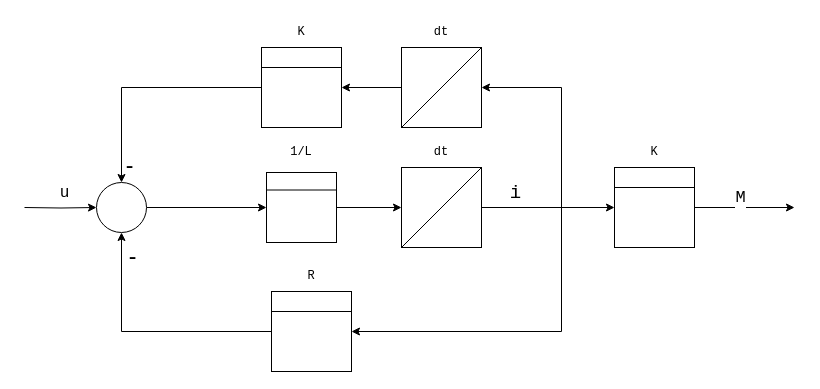
Before: lab3/Signalflussbild.drawio in RishabhBoop/RegelungstechnikLabor, a draw.io diagram. Source tidied: cells renumbered, new cells numbered last; positions are measured from the earlier drawing's top-left corner, leaving out a move shared by most shapes. Both pictures are drawn from the tidied source at 100%, with x=0, y=0 at pixel (24, 17).
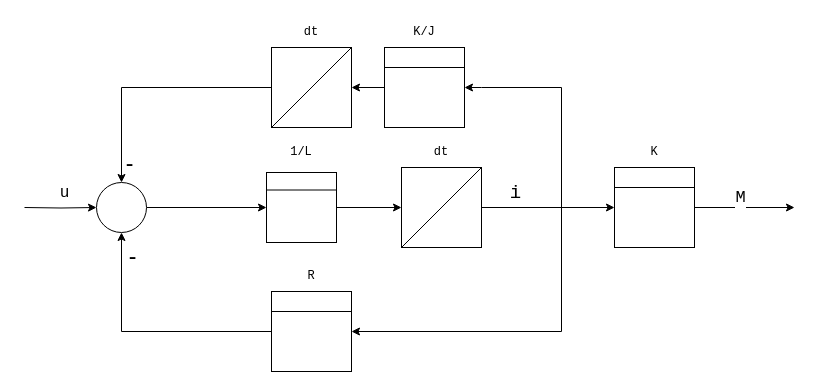
The same diagram, later.

Commit message (it also covers changes not shown here):
fixed tiny error in signalflussbild

The change refers to these unchanged cells:
```xml
<mxCell id="3" style="whiteSpace=wrap;html=1;" parent="2" vertex="1">
  <mxGeometry y="30" width="80" height="80" as="geometry" />
</mxCell>
<mxCell id="7" style="ellipse;whiteSpace=wrap;html=1;" parent="1" vertex="1">
  <mxGeometry x="72" y="165" width="50" height="50" as="geometry" />
</mxCell>
<mxCell id="15" style="whiteSpace=wrap;html=1;" parent="14" vertex="1">
  <mxGeometry y="30" width="80" height="80" as="geometry" />
</mxCell>
```

What changed in the source:
```diff
@@
     <mxCell id="2" style="group;" parent="1" vertex="1">
-      <mxGeometry x="237" width="80" height="110" as="geometry" />
+      <mxGeometry x="360" width="80" height="110" as="geometry" />
     </mxCell>
@@
-    <mxCell id="5" value="K" style="text;html=1;whiteSpace=wrap;strokeColor=none;fillColor=none;align=center;verticalAlign=middle;rounded=0;fontFamily=Courier New;" parent="2" vertex="1">
+    <mxCell id="5" value="K/J" style="text;html=1;whiteSpace=wrap;strokeColor=none;fillColor=none;align=center;verticalAlign=middle;rounded=0;fontFamily=Courier New;" parent="2" vertex="1">
       <mxGeometry x="10" width="60" height="30" as="geometry" />
     </mxCell>
@@
-    <mxCell id="8" style="edgeStyle=orthogonalEdgeStyle;rounded=0;jettySize=auto;html=1;exitX=0;exitY=0.5;exitDx=0;exitDy=0;entryX=0.5;entryY=0;entryDx=0;entryDy=0;" parent="1" edge="1" source="3" target="7">
+    <mxCell id="8" style="edgeStyle=orthogonalEdgeStyle;rounded=0;jettySize=auto;html=1;exitX=0;exitY=0.5;exitDx=0;exitDy=0;entryX=0.5;entryY=0;entryDx=0;entryDy=0;" parent="1" edge="1" source="23" target="7">
       <mxGeometry relative="1" as="geometry" />
     </mxCell>
@@
-    <mxCell id="22" style="edgeStyle=orthogonalEdgeStyle;rounded=0;jettySize=auto;html=1;entryX=1;entryY=0.5;entryDx=0;entryDy=0;" parent="1" edge="1" source="23" target="3">
-      <mxGeometry relative="1" as="geometry" />
-    </mxCell>
     <mxCell id="23" style="whiteSpace=wrap;html=1;" parent="1" vertex="1">
-      <mxGeometry x="377" y="30" width="80" height="80" as="geometry" />
+      <mxGeometry x="247" y="30" width="80" height="80" as="geometry" />
     </mxCell>
@@
     <mxCell id="25" value="dt" style="text;html=1;whiteSpace=wrap;strokeColor=none;fillColor=none;align=center;verticalAlign=middle;rounded=0;fontFamily=Courier New;" parent="1" vertex="1">
-      <mxGeometry x="387" width="60" height="30" as="geometry" />
+      <mxGeometry x="257" width="60" height="30" as="geometry" />
     </mxCell>
-    <mxCell id="26" style="edgeStyle=orthogonalEdgeStyle;rounded=0;jettySize=auto;html=1;exitX=1;exitY=0.5;exitDx=0;exitDy=0;entryX=1;entryY=0.5;entryDx=0;entryDy=0;" parent="1" edge="1" source="15" target="23">
+    <mxCell id="26" style="edgeStyle=orthogonalEdgeStyle;rounded=0;jettySize=auto;html=1;exitX=1;exitY=0.5;exitDx=0;exitDy=0;entryX=1;entryY=0.5;entryDx=0;entryDy=0;" parent="1" edge="1" source="15" target="3">
       <mxGeometry relative="1" as="geometry">
         <Array as="points">
           <mxPoint x="537" y="190" />
           <mxPoint x="537" y="70" />
+          <mxPoint x="457" y="70" />
         </Array>
       </mxGeometry>
     </mxCell>
@@
+    <mxCell id="41" style="edgeStyle=orthogonalEdgeStyle;rounded=0;jettySize=auto;html=1;exitX=0;exitY=0.5;exitDx=0;exitDy=0;entryX=1;entryY=0.5;entryDx=0;entryDy=0;" parent="1" edge="1" source="3" target="23">
+      <mxGeometry relative="1" as="geometry" />
+    </mxCell>
```
